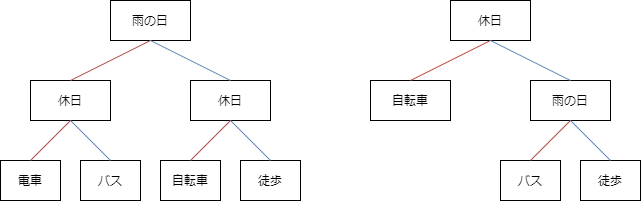
The draw.io diagram 区別なし.png in hirobayashi/mece, before a commit. Source tidied: cells renumbered, new cells last; positions are measured from the earlier drawing's top-left corner, leaving out a move shared by most shapes. Its diagram source:
```xml
<mxGraphModel>
  <root>
    <mxCell id="0" />
    <mxCell id="1" parent="0" />
    <mxCell id="2" value="雨の日" style="rounded=0;whiteSpace=wrap;html=1;" parent="1" vertex="1">
      <mxGeometry x="110" width="80" height="40" as="geometry" />
    </mxCell>
    <mxCell id="3" value="休日" style="rounded=0;whiteSpace=wrap;html=1;" parent="1" vertex="1">
      <mxGeometry x="30" y="80" width="80" height="40" as="geometry" />
    </mxCell>
    <mxCell id="4" value="休日" style="rounded=0;whiteSpace=wrap;html=1;" parent="1" vertex="1">
      <mxGeometry x="190" y="80" width="80" height="40" as="geometry" />
    </mxCell>
    <mxCell id="5" value="電車" style="rounded=0;whiteSpace=wrap;html=1;" parent="1" vertex="1">
      <mxGeometry y="160" width="60" height="40" as="geometry" />
    </mxCell>
    <mxCell id="6" value="バス" style="rounded=0;whiteSpace=wrap;html=1;" parent="1" vertex="1">
      <mxGeometry x="80" y="160" width="60" height="40" as="geometry" />
    </mxCell>
    <mxCell id="7" value="自転車" style="rounded=0;whiteSpace=wrap;html=1;" parent="1" vertex="1">
      <mxGeometry x="160" y="160" width="60" height="40" as="geometry" />
    </mxCell>
    <mxCell id="8" value="徒歩" style="rounded=0;whiteSpace=wrap;html=1;" parent="1" vertex="1">
      <mxGeometry x="240" y="160" width="60" height="40" as="geometry" />
    </mxCell>
    <mxCell id="9" style="endArrow=none;html=1;exitX=0.5;exitY=0;exitDx=0;exitDy=0;fillColor=#f8cecc;strokeColor=#b85450;" parent="1" edge="1" source="3">
      <mxGeometry relative="1" as="geometry">
        <mxPoint x="150" y="40" as="targetPoint" />
      </mxGeometry>
    </mxCell>
    <mxCell id="10" style="endArrow=none;html=1;entryX=0.5;entryY=1;entryDx=0;entryDy=0;exitX=0.5;exitY=0;exitDx=0;exitDy=0;fillColor=#dae8fc;strokeColor=#6c8ebf;" parent="1" edge="1" source="4" target="2">
      <mxGeometry relative="1" as="geometry" />
    </mxCell>
    <mxCell id="11" style="endArrow=none;html=1;entryX=0.5;entryY=1;entryDx=0;entryDy=0;exitX=0.5;exitY=0;exitDx=0;exitDy=0;fillColor=#f8cecc;strokeColor=#b85450;" parent="1" edge="1" source="5" target="3">
      <mxGeometry relative="1" as="geometry" />
    </mxCell>
    <mxCell id="12" style="endArrow=none;html=1;entryX=0.5;entryY=1;entryDx=0;entryDy=0;exitX=0.5;exitY=0;exitDx=0;exitDy=0;fillColor=#f8cecc;strokeColor=#b85450;" parent="1" edge="1" source="7" target="4">
      <mxGeometry relative="1" as="geometry" />
    </mxCell>
    <mxCell id="13" style="endArrow=none;html=1;entryX=0.5;entryY=1;entryDx=0;entryDy=0;exitX=0.5;exitY=0;exitDx=0;exitDy=0;fillColor=#dae8fc;strokeColor=#6c8ebf;" parent="1" edge="1" source="6" target="3">
      <mxGeometry relative="1" as="geometry" />
    </mxCell>
    <mxCell id="14" style="endArrow=none;html=1;entryX=0.5;entryY=1;entryDx=0;entryDy=0;exitX=0.5;exitY=0;exitDx=0;exitDy=0;fillColor=#dae8fc;strokeColor=#6c8ebf;" parent="1" edge="1" source="8" target="4">
      <mxGeometry relative="1" as="geometry" />
    </mxCell>
    <mxCell id="15" value="休日" style="rounded=0;whiteSpace=wrap;html=1;" parent="1" vertex="1">
      <mxGeometry x="450" width="80" height="40" as="geometry" />
    </mxCell>
    <mxCell id="16" value="自転車" style="rounded=0;whiteSpace=wrap;html=1;" parent="1" vertex="1">
      <mxGeometry x="370" y="80" width="80" height="40" as="geometry" />
    </mxCell>
    <mxCell id="17" value="雨の日" style="rounded=0;whiteSpace=wrap;html=1;" parent="1" vertex="1">
      <mxGeometry x="530" y="80" width="80" height="40" as="geometry" />
    </mxCell>
    <mxCell id="18" value="バス" style="rounded=0;whiteSpace=wrap;html=1;" parent="1" vertex="1">
      <mxGeometry x="500" y="160" width="60" height="40" as="geometry" />
    </mxCell>
    <mxCell id="19" value="徒歩" style="rounded=0;whiteSpace=wrap;html=1;" parent="1" vertex="1">
      <mxGeometry x="580" y="160" width="60" height="40" as="geometry" />
    </mxCell>
    <mxCell id="20" style="endArrow=none;html=1;exitX=0.5;exitY=0;exitDx=0;exitDy=0;fillColor=#f8cecc;strokeColor=#b85450;" parent="1" edge="1" source="16">
      <mxGeometry relative="1" as="geometry">
        <mxPoint x="490" y="40" as="targetPoint" />
      </mxGeometry>
    </mxCell>
    <mxCell id="21" style="endArrow=none;html=1;entryX=0.5;entryY=1;entryDx=0;entryDy=0;exitX=0.5;exitY=0;exitDx=0;exitDy=0;fillColor=#dae8fc;strokeColor=#6c8ebf;" parent="1" edge="1" source="17" target="15">
      <mxGeometry relative="1" as="geometry" />
    </mxCell>
    <mxCell id="22" style="endArrow=none;html=1;entryX=0.5;entryY=1;entryDx=0;entryDy=0;exitX=0.5;exitY=0;exitDx=0;exitDy=0;fillColor=#f8cecc;strokeColor=#b85450;" parent="1" edge="1" source="18" target="17">
      <mxGeometry relative="1" as="geometry" />
    </mxCell>
    <mxCell id="23" style="endArrow=none;html=1;entryX=0.5;entryY=1;entryDx=0;entryDy=0;exitX=0.5;exitY=0;exitDx=0;exitDy=0;fillColor=#dae8fc;strokeColor=#6c8ebf;" parent="1" edge="1" source="19" target="17">
      <mxGeometry relative="1" as="geometry" />
    </mxCell>
  </root>
</mxGraphModel>
```
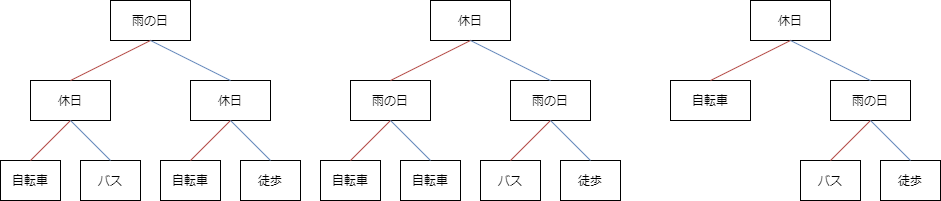
The same file after the commit.

Change to the diagram source:
```diff
@@ -2,75 +2,126 @@
   <root>
     <mxCell id="0" />
     <mxCell id="1" parent="0" />
-    <mxCell id="2" value="雨の日" style="rounded=0;whiteSpace=wrap;html=1;" parent="1" vertex="1">
-      <mxGeometry x="110" width="80" height="40" as="geometry" />
-    </mxCell>
-    <mxCell id="3" value="休日" style="rounded=0;whiteSpace=wrap;html=1;" parent="1" vertex="1">
-      <mxGeometry x="30" y="80" width="80" height="40" as="geometry" />
-    </mxCell>
-    <mxCell id="4" value="休日" style="rounded=0;whiteSpace=wrap;html=1;" parent="1" vertex="1">
-      <mxGeometry x="190" y="80" width="80" height="40" as="geometry" />
-    </mxCell>
-    <mxCell id="5" value="電車" style="rounded=0;whiteSpace=wrap;html=1;" parent="1" vertex="1">
-      <mxGeometry y="160" width="60" height="40" as="geometry" />
-    </mxCell>
-    <mxCell id="6" value="バス" style="rounded=0;whiteSpace=wrap;html=1;" parent="1" vertex="1">
-      <mxGeometry x="80" y="160" width="60" height="40" as="geometry" />
-    </mxCell>
-    <mxCell id="7" value="自転車" style="rounded=0;whiteSpace=wrap;html=1;" parent="1" vertex="1">
-      <mxGeometry x="160" y="160" width="60" height="40" as="geometry" />
-    </mxCell>
-    <mxCell id="8" value="徒歩" style="rounded=0;whiteSpace=wrap;html=1;" parent="1" vertex="1">
-      <mxGeometry x="240" y="160" width="60" height="40" as="geometry" />
-    </mxCell>
-    <mxCell id="9" style="endArrow=none;html=1;exitX=0.5;exitY=0;exitDx=0;exitDy=0;fillColor=#f8cecc;strokeColor=#b85450;" parent="1" edge="1" source="3">
-      <mxGeometry relative="1" as="geometry">
-        <mxPoint x="150" y="40" as="targetPoint" />
-      </mxGeometry>
-    </mxCell>
-    <mxCell id="10" style="endArrow=none;html=1;entryX=0.5;entryY=1;entryDx=0;entryDy=0;exitX=0.5;exitY=0;exitDx=0;exitDy=0;fillColor=#dae8fc;strokeColor=#6c8ebf;" parent="1" edge="1" source="4" target="2">
-      <mxGeometry relative="1" as="geometry" />
-    </mxCell>
-    <mxCell id="11" style="endArrow=none;html=1;entryX=0.5;entryY=1;entryDx=0;entryDy=0;exitX=0.5;exitY=0;exitDx=0;exitDy=0;fillColor=#f8cecc;strokeColor=#b85450;" parent="1" edge="1" source="5" target="3">
-      <mxGeometry relative="1" as="geometry" />
-    </mxCell>
-    <mxCell id="12" style="endArrow=none;html=1;entryX=0.5;entryY=1;entryDx=0;entryDy=0;exitX=0.5;exitY=0;exitDx=0;exitDy=0;fillColor=#f8cecc;strokeColor=#b85450;" parent="1" edge="1" source="7" target="4">
-      <mxGeometry relative="1" as="geometry" />
-    </mxCell>
-    <mxCell id="13" style="endArrow=none;html=1;entryX=0.5;entryY=1;entryDx=0;entryDy=0;exitX=0.5;exitY=0;exitDx=0;exitDy=0;fillColor=#dae8fc;strokeColor=#6c8ebf;" parent="1" edge="1" source="6" target="3">
-      <mxGeometry relative="1" as="geometry" />
-    </mxCell>
-    <mxCell id="14" style="endArrow=none;html=1;entryX=0.5;entryY=1;entryDx=0;entryDy=0;exitX=0.5;exitY=0;exitDx=0;exitDy=0;fillColor=#dae8fc;strokeColor=#6c8ebf;" parent="1" edge="1" source="8" target="4">
-      <mxGeometry relative="1" as="geometry" />
-    </mxCell>
-    <mxCell id="15" value="休日" style="rounded=0;whiteSpace=wrap;html=1;" parent="1" vertex="1">
-      <mxGeometry x="450" width="80" height="40" as="geometry" />
-    </mxCell>
-    <mxCell id="16" value="自転車" style="rounded=0;whiteSpace=wrap;html=1;" parent="1" vertex="1">
-      <mxGeometry x="370" y="80" width="80" height="40" as="geometry" />
-    </mxCell>
-    <mxCell id="17" value="雨の日" style="rounded=0;whiteSpace=wrap;html=1;" parent="1" vertex="1">
-      <mxGeometry x="530" y="80" width="80" height="40" as="geometry" />
-    </mxCell>
-    <mxCell id="18" value="バス" style="rounded=0;whiteSpace=wrap;html=1;" parent="1" vertex="1">
-      <mxGeometry x="500" y="160" width="60" height="40" as="geometry" />
-    </mxCell>
-    <mxCell id="19" value="徒歩" style="rounded=0;whiteSpace=wrap;html=1;" parent="1" vertex="1">
-      <mxGeometry x="580" y="160" width="60" height="40" as="geometry" />
-    </mxCell>
-    <mxCell id="20" style="endArrow=none;html=1;exitX=0.5;exitY=0;exitDx=0;exitDy=0;fillColor=#f8cecc;strokeColor=#b85450;" parent="1" edge="1" source="16">
-      <mxGeometry relative="1" as="geometry">
-        <mxPoint x="490" y="40" as="targetPoint" />
-      </mxGeometry>
-    </mxCell>
-    <mxCell id="21" style="endArrow=none;html=1;entryX=0.5;entryY=1;entryDx=0;entryDy=0;exitX=0.5;exitY=0;exitDx=0;exitDy=0;fillColor=#dae8fc;strokeColor=#6c8ebf;" parent="1" edge="1" source="17" target="15">
-      <mxGeometry relative="1" as="geometry" />
-    </mxCell>
-    <mxCell id="22" style="endArrow=none;html=1;entryX=0.5;entryY=1;entryDx=0;entryDy=0;exitX=0.5;exitY=0;exitDx=0;exitDy=0;fillColor=#f8cecc;strokeColor=#b85450;" parent="1" edge="1" source="18" target="17">
-      <mxGeometry relative="1" as="geometry" />
-    </mxCell>
-    <mxCell id="23" style="endArrow=none;html=1;entryX=0.5;entryY=1;entryDx=0;entryDy=0;exitX=0.5;exitY=0;exitDx=0;exitDy=0;fillColor=#dae8fc;strokeColor=#6c8ebf;" parent="1" edge="1" source="19" target="17">
-      <mxGeometry relative="1" as="geometry" />
-    </mxCell>
+    <mxCell id="24" value="雨の日" style="rounded=0;whiteSpace=wrap;html=1;" parent="1" vertex="1">
+      <mxGeometry x="30" y="-40" width="80" height="40" as="geometry" />
+    </mxCell>
+    <mxCell id="25" value="休日" style="rounded=0;whiteSpace=wrap;html=1;" parent="1" vertex="1">
+      <mxGeometry x="-50" y="40" width="80" height="40" as="geometry" />
+    </mxCell>
+    <mxCell id="26" value="休日" style="rounded=0;whiteSpace=wrap;html=1;" parent="1" vertex="1">
+      <mxGeometry x="110" y="40" width="80" height="40" as="geometry" />
+    </mxCell>
+    <mxCell id="27" value="自転車" style="rounded=0;whiteSpace=wrap;html=1;" parent="1" vertex="1">
+      <mxGeometry x="-80" y="120" width="60" height="40" as="geometry" />
+    </mxCell>
+    <mxCell id="28" value="バス" style="rounded=0;whiteSpace=wrap;html=1;" parent="1" vertex="1">
+      <mxGeometry y="120" width="60" height="40" as="geometry" />
+    </mxCell>
+    <mxCell id="29" value="自転車" style="rounded=0;whiteSpace=wrap;html=1;" parent="1" vertex="1">
+      <mxGeometry x="80" y="120" width="60" height="40" as="geometry" />
+    </mxCell>
+    <mxCell id="30" value="徒歩" style="rounded=0;whiteSpace=wrap;html=1;" parent="1" vertex="1">
+      <mxGeometry x="160" y="120" width="60" height="40" as="geometry" />
+    </mxCell>
+    <mxCell id="31" style="endArrow=none;html=1;entryX=0.5;entryY=1;entryDx=0;entryDy=0;exitX=0.5;exitY=0;exitDx=0;exitDy=0;fillColor=#f8cecc;strokeColor=#b85450;" parent="1" edge="1" source="25" target="24">
+      <mxGeometry relative="1" as="geometry" />
+    </mxCell>
+    <mxCell id="32" style="endArrow=none;html=1;entryX=0.5;entryY=1;entryDx=0;entryDy=0;exitX=0.5;exitY=0;exitDx=0;exitDy=0;fillColor=#f8cecc;strokeColor=#b85450;" parent="1" edge="1" source="27" target="25">
+      <mxGeometry relative="1" as="geometry" />
+    </mxCell>
+    <mxCell id="33" style="endArrow=none;html=1;entryX=0.5;entryY=1;entryDx=0;entryDy=0;fillColor=#f8cecc;strokeColor=#b85450;" parent="1" edge="1" target="26">
+      <mxGeometry relative="1" as="geometry">
+        <mxPoint x="110" y="120" as="sourcePoint" />
+      </mxGeometry>
+    </mxCell>
+    <mxCell id="34" style="endArrow=none;html=1;entryX=0.5;entryY=1;entryDx=0;entryDy=0;exitX=0.5;exitY=0;exitDx=0;exitDy=0;fillColor=#dae8fc;strokeColor=#6c8ebf;" parent="1" edge="1" source="26" target="24">
+      <mxGeometry relative="1" as="geometry" />
+    </mxCell>
+    <mxCell id="35" style="endArrow=none;html=1;exitX=0.5;exitY=0;exitDx=0;exitDy=0;fillColor=#dae8fc;strokeColor=#6c8ebf;" parent="1" edge="1" source="28">
+      <mxGeometry relative="1" as="geometry">
+        <mxPoint x="-10" y="80" as="targetPoint" />
+      </mxGeometry>
+    </mxCell>
+    <mxCell id="36" style="endArrow=none;html=1;exitX=0.5;exitY=0;exitDx=0;exitDy=0;fillColor=#dae8fc;strokeColor=#6c8ebf;" parent="1" edge="1" source="30">
+      <mxGeometry relative="1" as="geometry">
+        <mxPoint x="150" y="80" as="targetPoint" />
+      </mxGeometry>
+    </mxCell>
+    <mxCell id="37" value="休日" style="rounded=0;whiteSpace=wrap;html=1;" parent="1" vertex="1">
+      <mxGeometry x="350" y="-40" width="80" height="40" as="geometry" />
+    </mxCell>
+    <mxCell id="38" value="雨の日" style="rounded=0;whiteSpace=wrap;html=1;" parent="1" vertex="1">
+      <mxGeometry x="270" y="40" width="80" height="40" as="geometry" />
+    </mxCell>
+    <mxCell id="39" value="雨の日" style="rounded=0;whiteSpace=wrap;html=1;" parent="1" vertex="1">
+      <mxGeometry x="430" y="40" width="80" height="40" as="geometry" />
+    </mxCell>
+    <mxCell id="40" value="自転車" style="rounded=0;whiteSpace=wrap;html=1;" parent="1" vertex="1">
+      <mxGeometry x="240" y="120" width="60" height="40" as="geometry" />
+    </mxCell>
+    <mxCell id="41" value="自転車" style="rounded=0;whiteSpace=wrap;html=1;" parent="1" vertex="1">
+      <mxGeometry x="320" y="120" width="60" height="40" as="geometry" />
+    </mxCell>
+    <mxCell id="42" value="バス" style="rounded=0;whiteSpace=wrap;html=1;" parent="1" vertex="1">
+      <mxGeometry x="400" y="120" width="60" height="40" as="geometry" />
+    </mxCell>
+    <mxCell id="43" value="徒歩" style="rounded=0;whiteSpace=wrap;html=1;" parent="1" vertex="1">
+      <mxGeometry x="480" y="120" width="60" height="40" as="geometry" />
+    </mxCell>
+    <mxCell id="44" style="endArrow=none;html=1;entryX=0.5;entryY=1;entryDx=0;entryDy=0;exitX=0.5;exitY=0;exitDx=0;exitDy=0;fillColor=#f8cecc;strokeColor=#b85450;" parent="1" edge="1" source="38" target="37">
+      <mxGeometry relative="1" as="geometry" />
+    </mxCell>
+    <mxCell id="45" style="endArrow=none;html=1;entryX=0.5;entryY=1;entryDx=0;entryDy=0;exitX=0.5;exitY=0;exitDx=0;exitDy=0;fillColor=#f8cecc;strokeColor=#b85450;" parent="1" edge="1" source="40" target="38">
+      <mxGeometry relative="1" as="geometry" />
+    </mxCell>
+    <mxCell id="46" style="endArrow=none;html=1;entryX=0.5;entryY=1;entryDx=0;entryDy=0;fillColor=#f8cecc;strokeColor=#b85450;" parent="1" edge="1" target="39">
+      <mxGeometry relative="1" as="geometry">
+        <mxPoint x="430" y="120" as="sourcePoint" />
+      </mxGeometry>
+    </mxCell>
+    <mxCell id="47" style="endArrow=none;html=1;entryX=0.5;entryY=1;entryDx=0;entryDy=0;exitX=0.5;exitY=0;exitDx=0;exitDy=0;fillColor=#dae8fc;strokeColor=#6c8ebf;" parent="1" edge="1" source="39" target="37">
+      <mxGeometry relative="1" as="geometry" />
+    </mxCell>
+    <mxCell id="48" style="endArrow=none;html=1;exitX=0.5;exitY=0;exitDx=0;exitDy=0;fillColor=#dae8fc;strokeColor=#6c8ebf;" parent="1" edge="1" source="41">
+      <mxGeometry relative="1" as="geometry">
+        <mxPoint x="310" y="80" as="targetPoint" />
+      </mxGeometry>
+    </mxCell>
+    <mxCell id="49" style="endArrow=none;html=1;exitX=0.5;exitY=0;exitDx=0;exitDy=0;fillColor=#dae8fc;strokeColor=#6c8ebf;" parent="1" edge="1" source="43">
+      <mxGeometry relative="1" as="geometry">
+        <mxPoint x="470" y="80" as="targetPoint" />
+      </mxGeometry>
+    </mxCell>
+    <mxCell id="50" value="休日" style="rounded=0;whiteSpace=wrap;html=1;" parent="1" vertex="1">
+      <mxGeometry x="670" y="-40" width="80" height="40" as="geometry" />
+    </mxCell>
+    <mxCell id="51" value="自転車" style="rounded=0;whiteSpace=wrap;html=1;" parent="1" vertex="1">
+      <mxGeometry x="590" y="40" width="80" height="40" as="geometry" />
+    </mxCell>
+    <mxCell id="52" value="雨の日" style="rounded=0;whiteSpace=wrap;html=1;" parent="1" vertex="1">
+      <mxGeometry x="750" y="40" width="80" height="40" as="geometry" />
+    </mxCell>
+    <mxCell id="53" value="バス" style="rounded=0;whiteSpace=wrap;html=1;" parent="1" vertex="1">
+      <mxGeometry x="720" y="120" width="60" height="40" as="geometry" />
+    </mxCell>
+    <mxCell id="54" value="徒歩" style="rounded=0;whiteSpace=wrap;html=1;" parent="1" vertex="1">
+      <mxGeometry x="800" y="120" width="60" height="40" as="geometry" />
+    </mxCell>
+    <mxCell id="55" style="endArrow=none;html=1;entryX=0.5;entryY=1;entryDx=0;entryDy=0;exitX=0.5;exitY=0;exitDx=0;exitDy=0;fillColor=#f8cecc;strokeColor=#b85450;" parent="1" edge="1" source="51" target="50">
+      <mxGeometry relative="1" as="geometry" />
+    </mxCell>
+    <mxCell id="56" style="endArrow=none;html=1;entryX=0.5;entryY=1;entryDx=0;entryDy=0;fillColor=#f8cecc;strokeColor=#b85450;" parent="1" edge="1" target="52">
+      <mxGeometry relative="1" as="geometry">
+        <mxPoint x="750" y="120" as="sourcePoint" />
+      </mxGeometry>
+    </mxCell>
+    <mxCell id="57" style="endArrow=none;html=1;entryX=0.5;entryY=1;entryDx=0;entryDy=0;exitX=0.5;exitY=0;exitDx=0;exitDy=0;fillColor=#dae8fc;strokeColor=#6c8ebf;" parent="1" edge="1" source="52" target="50">
+      <mxGeometry relative="1" as="geometry" />
+    </mxCell>
+    <mxCell id="58" style="endArrow=none;html=1;exitX=0.5;exitY=0;exitDx=0;exitDy=0;fillColor=#dae8fc;strokeColor=#6c8ebf;" parent="1" edge="1" source="54">
+      <mxGeometry relative="1" as="geometry">
+        <mxPoint x="790" y="80" as="targetPoint" />
+      </mxGeometry>
+    </mxCell>
   </root>
 </mxGraphModel>
```
